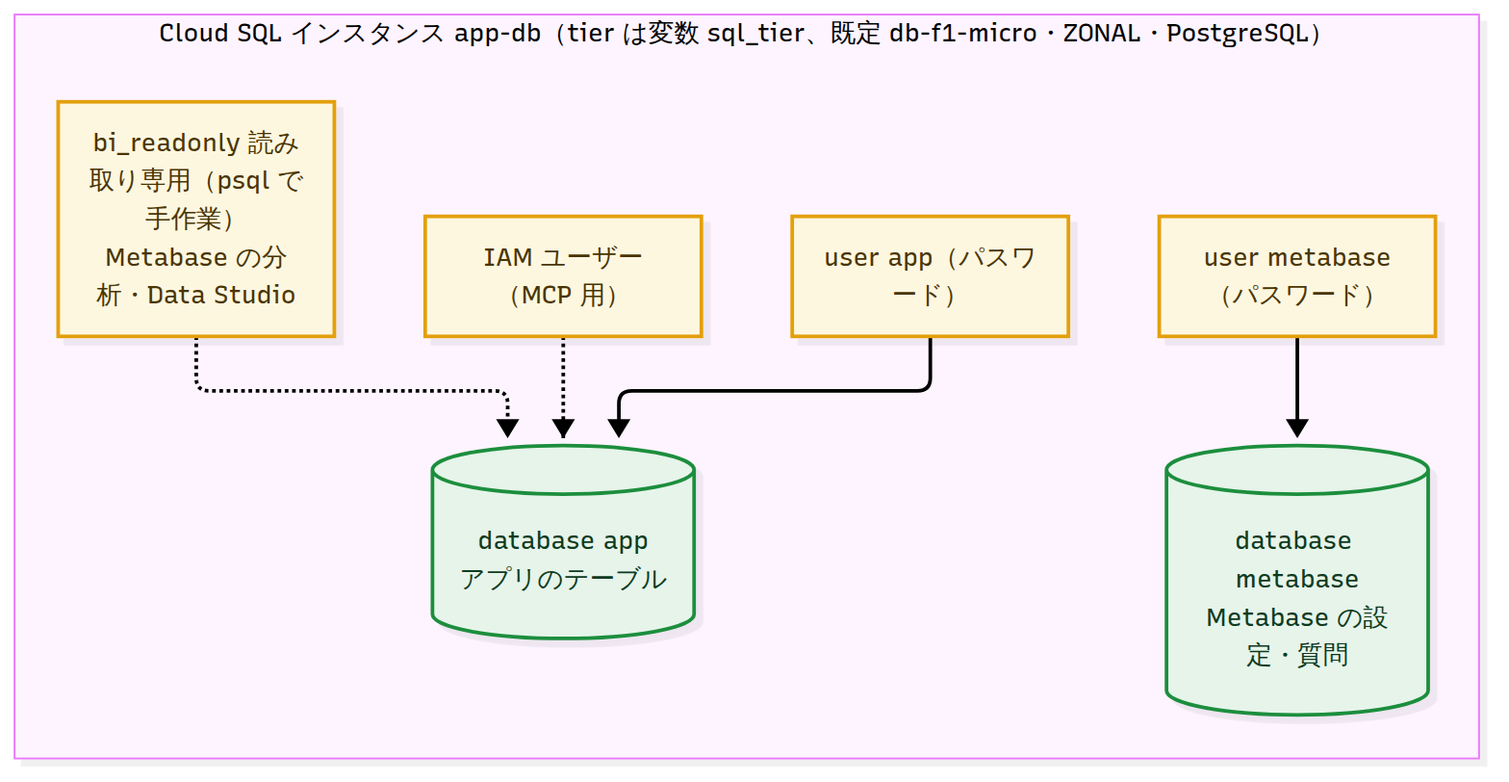
This is docs/diagrams/database.png from d-kanai/ai-only-template, a Mermaid export, as it was before one commit. Its source is kept beside it as docs/diagrams/database.mmd.
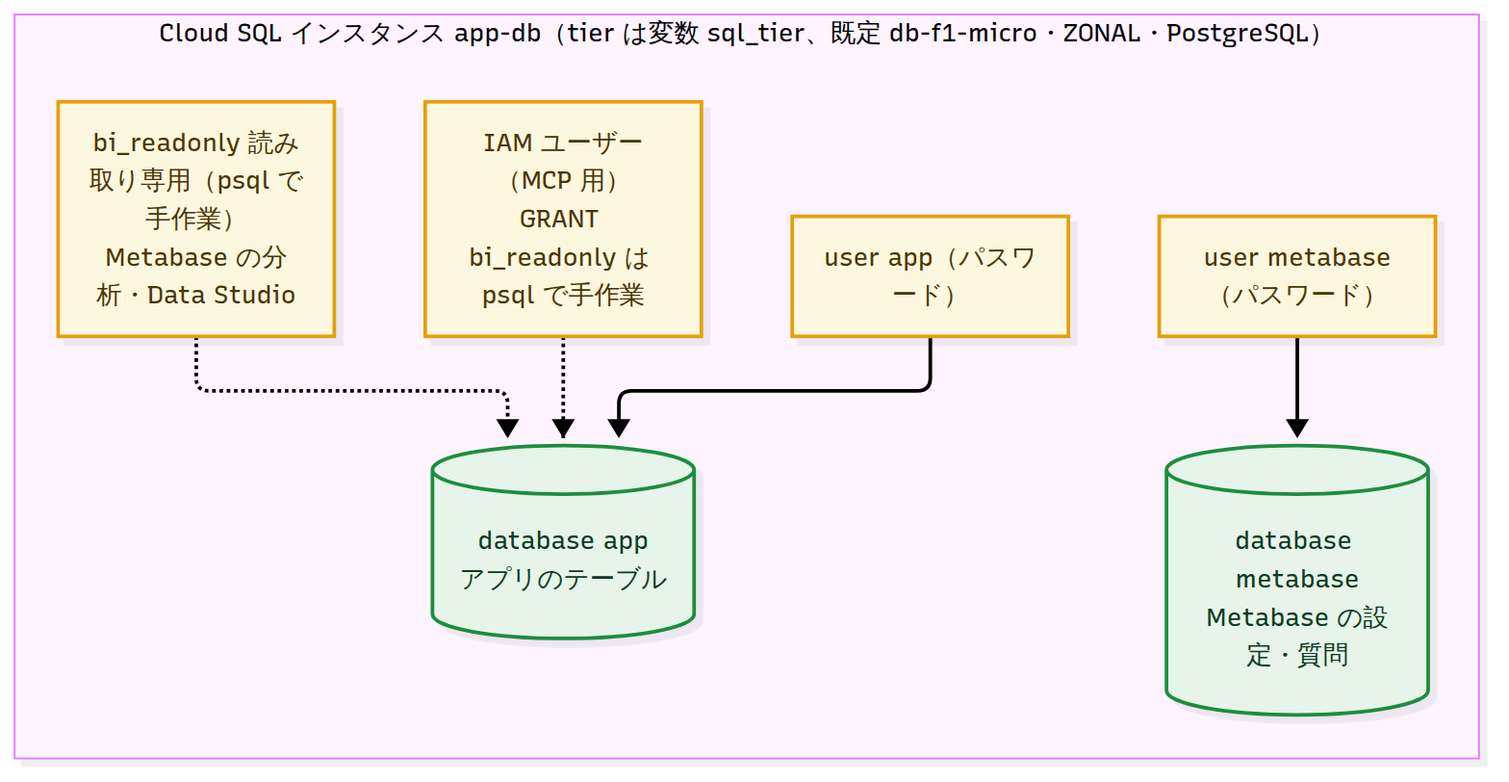
The same file after the commit.

Commit message:
docs: Cloud SQL の図に IAM ユーザーへの GRANT が手作業であることを書く

🎯 WHY
Codex のレビュー: Terraform が作る IAM ユーザーには DB の権限が無く、`GRANT bi_readonly` を psql で手作業する（infra/README.md）。図だけ見ると作った直後から app を読めるように見える。

📝 WHAT
docs/diagrams/database.mmd の IAM ユーザーのラベルに「GRANT bi_readonly は psql で手作業」を足し、画像を作り直した。

🛠️ 実装経緯
Codex の残り 2 件（手動実行の承認・Metabase から app DB の経路）は前のコミット ce60b38 で直してある。

✅ 検証内容
render-diagrams.sh で描き直し、変わったのは database の 2 ファイルだけであることを git status で確かめた。

Claude-Session: https://claude.ai/code/session_012nsSevSuHt3gSWErv8VRZT

The edit, as a diff of the source:
```diff
@@ -6,7 +6,7 @@
     dbmb[("database metabase<br/>Metabase の設定・質問")]:::data
     uapp["user app（パスワード）"]:::user
     umb["user metabase（パスワード）"]:::user
-    uiam["IAM ユーザー（MCP 用）"]:::user
+    uiam["IAM ユーザー（MCP 用）<br/>GRANT bi_readonly は psql で手作業"]:::user
     uro["bi_readonly 読み取り専用（psql で手作業）<br/>Metabase の分析・Data Studio"]:::user
   end
   uapp --> dbapp
```
